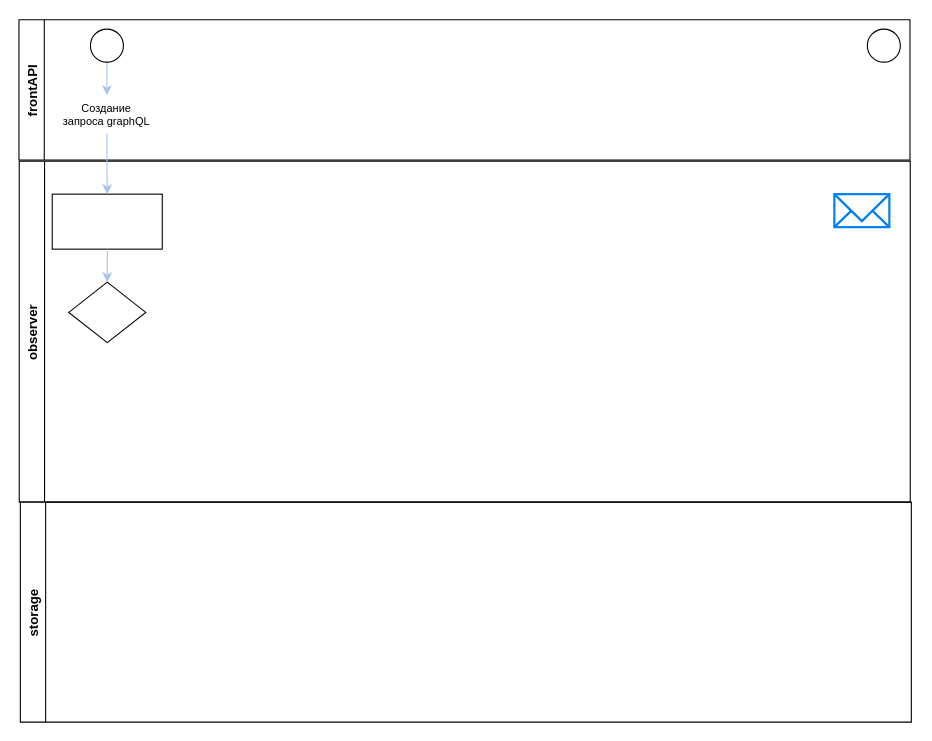
The draw.io diagram Диаграмма без названия.drawio in tumskiy/drawio, before the edit. Source tidied: cells renumbered, new cells numbered last; positions are measured from the earlier drawing's top-left corner, leaving out a move shared by most shapes. Both pictures are drawn from the tidied source at 110%, with x=0, y=0 at pixel (52, -356).
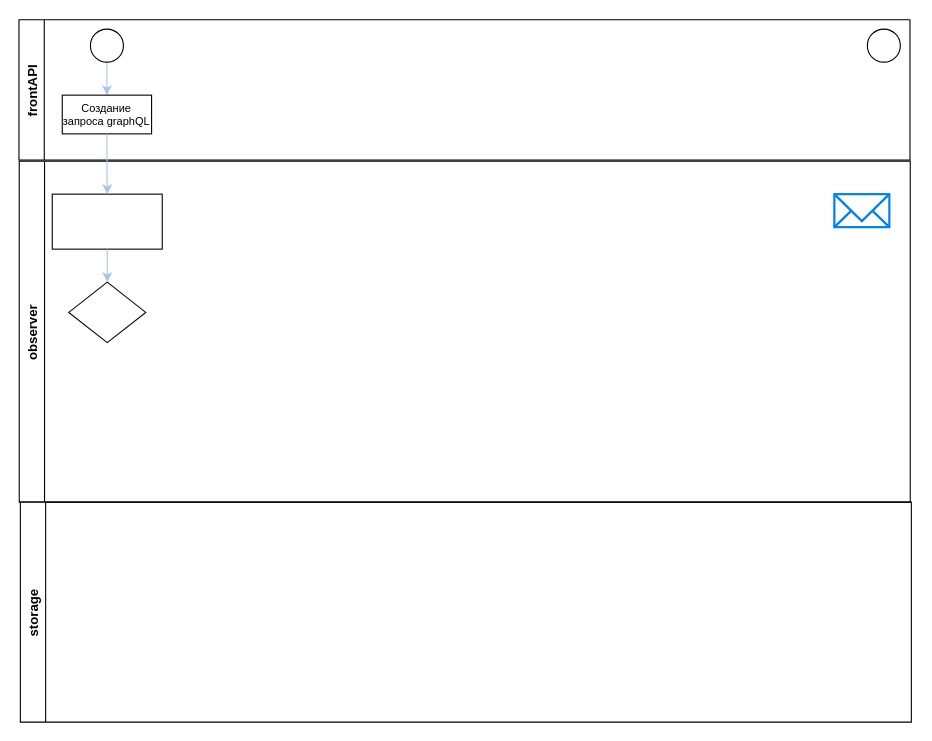
The same page after the edit.

Diff of the diagram source:
```diff
@@
 <mxGraphModel>
   <root>
     <mxCell id="0" />
     <mxCell id="1" parent="0" />
     <mxCell id="2" value="frontAPI" style="swimlane;rotation=-90;" parent="1" vertex="1">
       <mxGeometry x="311" y="0.2" width="127.5" height="810" as="geometry" />
     </mxCell>
     <mxCell id="3" style="edgeStyle=orthogonalEdgeStyle;rounded=0;jettySize=auto;html=1;strokeColor=#A9C4EB;" parent="2" edge="1" source="4" target="5">
       <mxGeometry relative="1" as="geometry" />
     </mxCell>
     <mxCell id="4" style="ellipse;whiteSpace=wrap;html=1;" parent="2" vertex="1">
       <mxGeometry x="-276.3" y="349.8" width="30" height="30" as="geometry" />
     </mxCell>
-    <mxCell id="5" value="Создание запроса graphQL" style="rounded=0;whiteSpace=wrap;html=1;strokeColor=#FFFFFF;fontSize=10;" parent="2" vertex="1">
+    <mxCell id="5" value="Создание запроса graphQL" style="rounded=0;whiteSpace=wrap;html=1;strokeColor=#000000;fontSize=10;" parent="2" vertex="1">
       <mxGeometry x="-301.9" y="409.8" width="81.2" height="35.2" as="geometry" />
     </mxCell>
     <mxCell id="6" style="ellipse;whiteSpace=wrap;html=1;" parent="2" vertex="1">
       <mxGeometry x="430" y="349.8" width="30" height="30" as="geometry" />
     </mxCell>
     <mxCell id="7" value="observer" style="swimlane;rotation=-90;" parent="1" vertex="1">
       <mxGeometry x="220" y="220" width="310" height="810" as="geometry" />
     </mxCell>
     <mxCell id="8" style="whiteSpace=wrap;html=1;" parent="7" vertex="1">
       <mxGeometry x="-220" y="280" width="100" height="50" as="geometry" />
     </mxCell>
     <mxCell id="9" style="rhombus;whiteSpace=wrap;html=1;" parent="7" vertex="1">
       <mxGeometry x="-205" y="360" width="70" height="55" as="geometry" />
     </mxCell>
     <mxCell id="10" style="edgeStyle=orthogonalEdgeStyle;rounded=0;jettySize=auto;html=1;strokeColor=#A9C4EB;" parent="7" edge="1" source="8" target="9">
       <mxGeometry relative="1" as="geometry" />
     </mxCell>
     <mxCell id="11" style="html=1;verticalLabelPosition=bottom;align=center;labelBackgroundColor=#ffffff;verticalAlign=top;strokeWidth=2;strokeColor=#0080F0;shadow=0;dashed=0;shape=mxgraph.ios7.icons.mail;" parent="7" vertex="1">
       <mxGeometry x="491" y="280" width="50" height="30" as="geometry" />
     </mxCell>
     <mxCell id="12" value="storage" style="swimlane;rotation=-90;" parent="1" vertex="1">
       <mxGeometry x="276" y="475" width="200" height="810" as="geometry" />
     </mxCell>
     <mxCell id="13" style="edgeStyle=orthogonalEdgeStyle;rounded=0;jettySize=auto;html=1;strokeColor=#A9C4EB;" parent="1" edge="1" source="5" target="8">
       <mxGeometry relative="1" as="geometry" />
     </mxCell>
   </root>
 </mxGraphModel>
```
